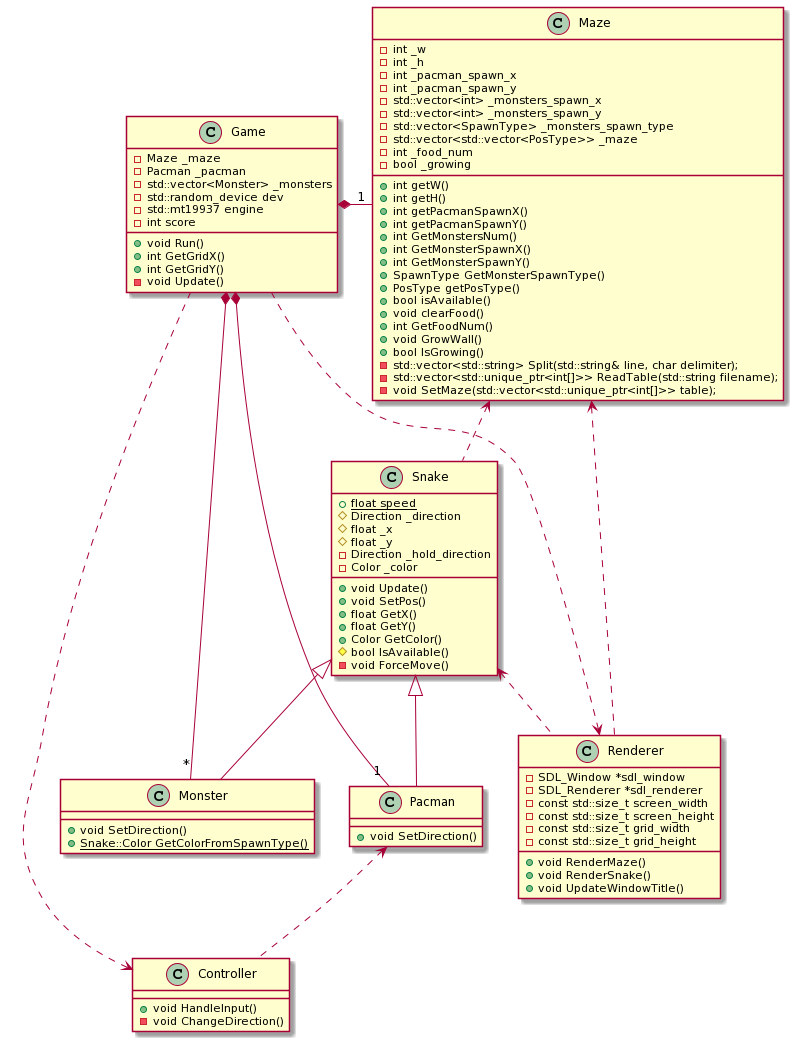
Earlier version of the PlantUML export docs/diagrams/ClassDiagram.png (matsuyamaichiro/CppND-Capstone-Pacman). The source it was exported from:
```plantuml
@startuml

class Snake
class Pacman
class Monster
class Game
class Maze
class Renderer
class Controller

Game : +void Run()
Game : +int GetGridX()
Game : +int GetGridY()
Game : -Maze _maze
Game : -Pacman _pacman
Game : -std::vector<Monster> _monsters
Game : -std::random_device dev
Game : -std::mt19937 engine
Game : -int score
Game : -void Update()
Game *- "1" Maze
Game *- "1" Pacman
Game *- "*" Monster

Maze : +int getW()
Maze : +int getH()
Maze : +int getPacmanSpawnX()
Maze : +int getPacmanSpawnY()
Maze : +int GetMonstersNum()
Maze : +int GetMonsterSpawnX()
Maze : +int GetMonsterSpawnY()
Maze : +SpawnType GetMonsterSpawnType()
Maze : +PosType getPosType()
Maze : +bool isAvailable()
Maze : +void clearFood()
Maze : +int GetFoodNum()
Maze : +void GrowWall()
Maze : +bool IsGrowing()
Maze : -std::vector<std::string> Split(std::string& line, char delimiter);
Maze : -std::vector<std::unique_ptr<int[]>> ReadTable(std::string filename);
Maze : -void SetMaze(std::vector<std::unique_ptr<int[]>> table);
Maze : -int _w
Maze : -int _h
Maze : -int _pacman_spawn_x
Maze : -int _pacman_spawn_y
Maze : -std::vector<int> _monsters_spawn_x
Maze : -std::vector<int> _monsters_spawn_y
Maze : -std::vector<SpawnType> _monsters_spawn_type
Maze : -std::vector<std::vector<PosType>> _maze
Maze : -int _food_num
Maze : -bool _growing
Maze <.. Snake
Maze <.. Renderer

Snake : +void Update()
Snake : +void SetPos()
Snake : +float GetX()
Snake : +float GetY()
Snake : +Color GetColor()
Snake : +{static} float speed
Snake : #bool IsAvailable()
Snake : #Direction _direction
Snake : #float _x
Snake : #float _y
Snake : -void ForceMove()
Snake : -Direction _hold_direction
Snake : -Color _color
Snake <|-- Pacman
Snake <|-- Monster
Snake <.. Renderer

Monster : +void SetDirection()
Monster : +{static} Snake::Color GetColorFromSpawnType()

Pacman : +void SetDirection()
Pacman <.. Controller

Renderer : +void RenderMaze()
Renderer : +void RenderSnake()
Renderer : +void UpdateWindowTitle()
Renderer : -SDL_Window *sdl_window
Renderer : -SDL_Renderer *sdl_renderer
Renderer : -const std::size_t screen_width
Renderer : -const std::size_t screen_height
Renderer : -const std::size_t grid_width
Renderer : -const std::size_t grid_height
Renderer <.. Game

Controller : +void HandleInput()
Controller : -void ChangeDirection()
Controller <.. Game
@enduml
```
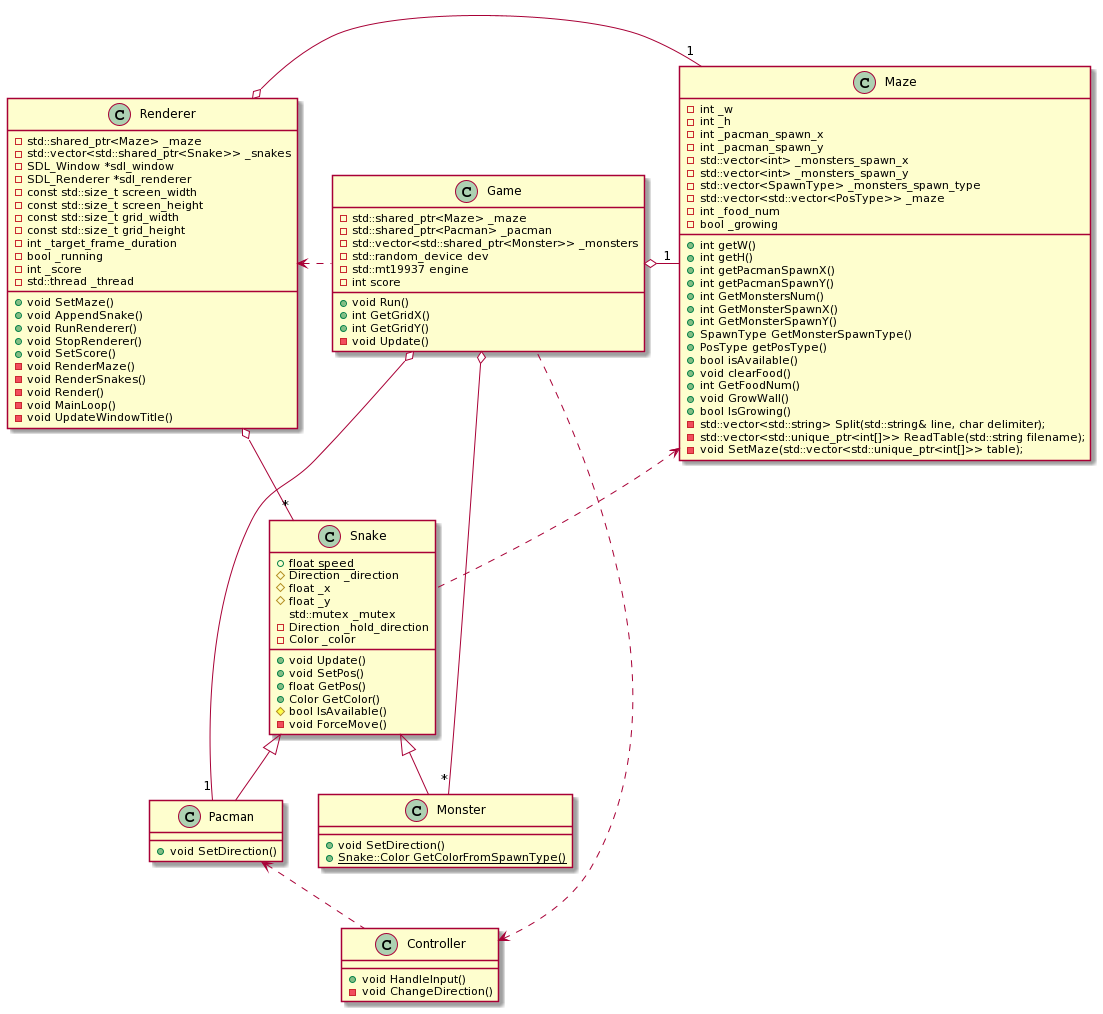
The same diagram one commit later.

Commit message:
make renderer multithread

What changed in the source:
```diff
@@ -11,16 +11,16 @@
 Game : +void Run()
 Game : +int GetGridX()
 Game : +int GetGridY()
-Game : -Maze _maze
-Game : -Pacman _pacman
-Game : -std::vector<Monster> _monsters
+Game : -std::shared_ptr<Maze> _maze
+Game : -std::shared_ptr<Pacman> _pacman
+Game : -std::vector<std::shared_ptr<Monster>> _monsters
 Game : -std::random_device dev
 Game : -std::mt19937 engine
 Game : -int score
 Game : -void Update()
-Game *- "1" Maze
-Game *- "1" Pacman
-Game *- "*" Monster
+Game o- "1" Maze
+Game o- "1" Pacman
+Game o- "*" Monster
 
 Maze : +int getW()
 Maze : +int getH()
@@ -50,24 +50,22 @@
 Maze : -int _food_num
 Maze : -bool _growing
 Maze <.. Snake
-Maze <.. Renderer
 
 Snake : +void Update()
 Snake : +void SetPos()
-Snake : +float GetX()
-Snake : +float GetY()
+Snake : +float GetPos()
 Snake : +Color GetColor()
 Snake : +{static} float speed
 Snake : #bool IsAvailable()
 Snake : #Direction _direction
 Snake : #float _x
 Snake : #float _y
+Snake : std::mutex _mutex
 Snake : -void ForceMove()
 Snake : -Direction _hold_direction
 Snake : -Color _color
 Snake <|-- Pacman
 Snake <|-- Monster
-Snake <.. Renderer
 
 Monster : +void SetDirection()
 Monster : +{static} Snake::Color GetColorFromSpawnType()
@@ -75,18 +73,33 @@
 Pacman : +void SetDirection()
 Pacman <.. Controller
 
-Renderer : +void RenderMaze()
-Renderer : +void RenderSnake()
-Renderer : +void UpdateWindowTitle()
+Renderer : +void SetMaze()
+Renderer : +void AppendSnake()
+Renderer : +void RunRenderer()
+Renderer : +void StopRenderer()
+Renderer : +void SetScore()
+Renderer : -void RenderMaze()
+Renderer : -void RenderSnakes()
+Renderer : -void Render()
+Renderer : -void MainLoop()
+Renderer : -void UpdateWindowTitle()
+Renderer : -std::shared_ptr<Maze> _maze
+Renderer : -std::vector<std::shared_ptr<Snake>> _snakes
 Renderer : -SDL_Window *sdl_window
 Renderer : -SDL_Renderer *sdl_renderer
 Renderer : -const std::size_t screen_width
 Renderer : -const std::size_t screen_height
 Renderer : -const std::size_t grid_width
 Renderer : -const std::size_t grid_height
-Renderer <.. Game
+Renderer : -int _target_frame_duration
+Renderer : -bool _running
+Renderer : -int _score
+Renderer : -std::thread _thread
+Renderer o- "1" Maze
+Renderer o- "*" Snake
+Renderer <. Game
 
 Controller : +void HandleInput()
 Controller : -void ChangeDirection()
-Controller <.. Game
+Controller <. Game
 @enduml
```
